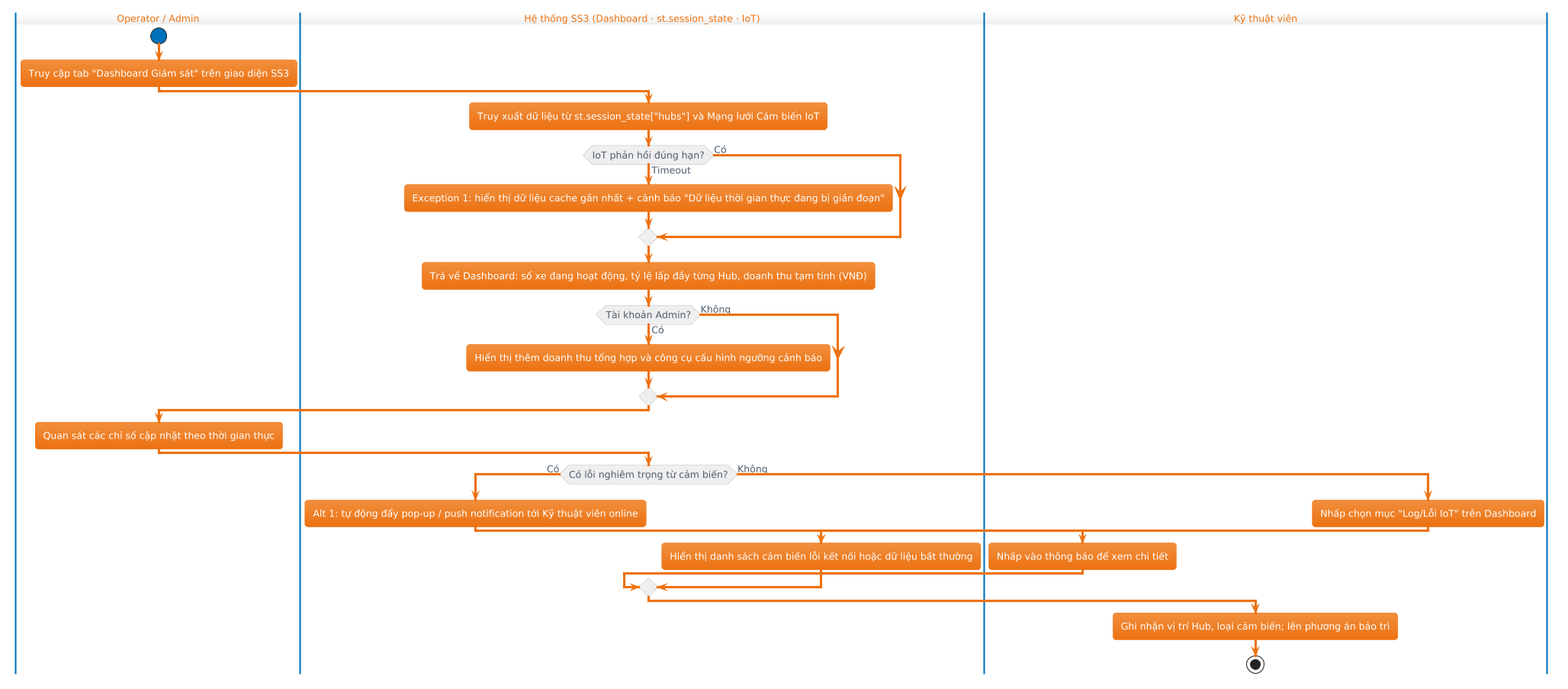
The PlantUML diagram docs/diagrams/Use-case detail-scenario/SS3/Activity diagrams/UC_SS3_01_PhamTienDat_activity.png in Dat-nguyen195/BTL_1_CNPM, before a commit. The source it was exported from:
```plantuml
@startuml
!theme aws-orange
|Operator / Admin|
start
:Truy cập tab "Dashboard Giám sát" trên giao diện SS3;

|Hệ thống SS3 (Dashboard · st.session_state · IoT)|
:Truy xuất dữ liệu từ st.session_state["hubs"] và Mạng lưới Cảm biến IoT;
if (IoT phản hồi đúng hạn?) then (Timeout)
    :Exception 1: hiển thị dữ liệu cache gần nhất + cảnh báo "Dữ liệu thời gian thực đang bị gián đoạn";
else (Có)
endif
:Trả về Dashboard: số xe đang hoạt động, tỷ lệ lấp đầy từng Hub, doanh thu tạm tính (VNĐ);

if (Tài khoản Admin?) then (Có)
    :Hiển thị thêm doanh thu tổng hợp và công cụ cấu hình ngưỡng cảnh báo;
else (Không)
endif

|Operator / Admin|
:Quan sát các chỉ số cập nhật theo thời gian thực;

|Hệ thống SS3 (Dashboard · st.session_state · IoT)|
if (Có lỗi nghiêm trọng từ cảm biến?) then (Có)
    :Alt 1: tự động đẩy pop-up / push notification tới Kỹ thuật viên online;
    |Kỹ thuật viên|
    :Nhấp vào thông báo để xem chi tiết;
else (Không)
    |Kỹ thuật viên|
    :Nhấp chọn mục "Log/Lỗi IoT" trên Dashboard;
    |Hệ thống SS3 (Dashboard · st.session_state · IoT)|
    :Hiển thị danh sách cảm biến lỗi kết nối hoặc dữ liệu bất thường;
endif

|Kỹ thuật viên|
:Ghi nhận vị trí Hub, loại cảm biến; lên phương án bảo trì;
stop
@enduml
```
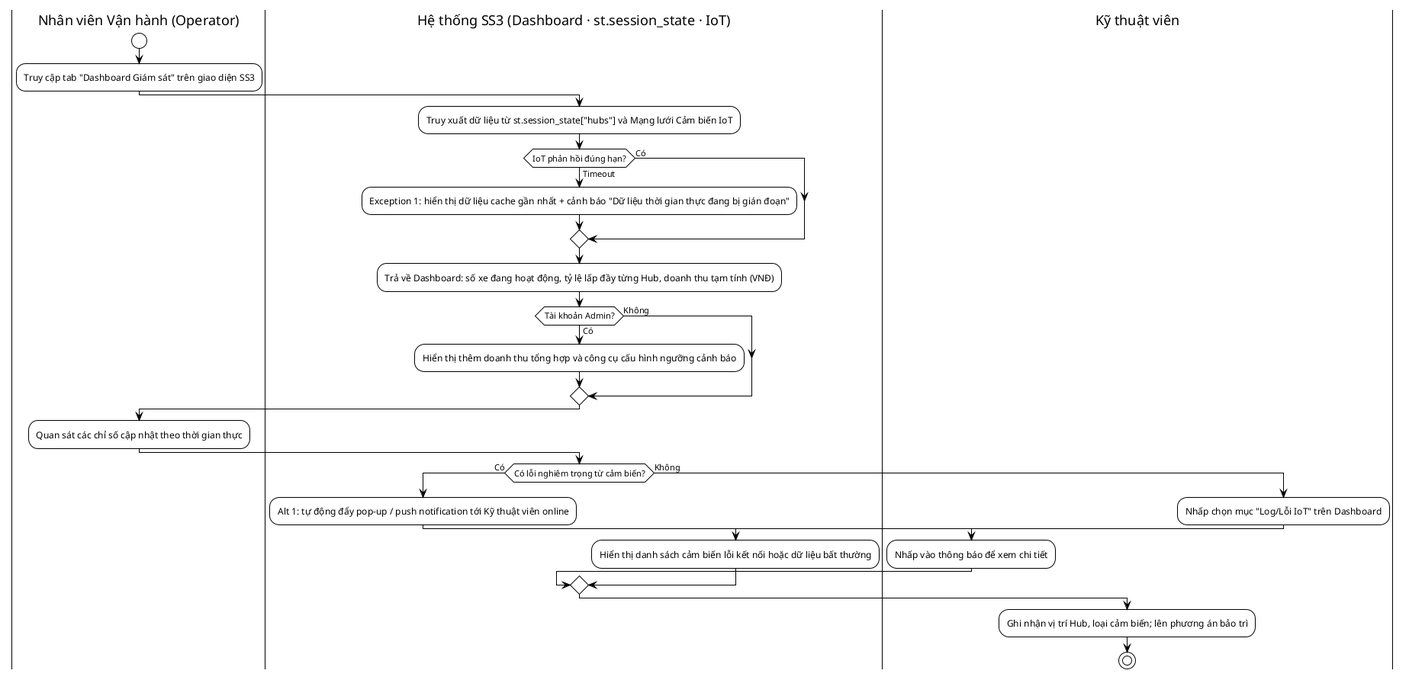
The same file after the commit.

What changed in the source:
```diff
@@ -1,6 +1,7 @@
 @startuml
-!theme aws-orange
-|Operator / Admin|
+!pragma layout smetana
+!theme plain
+|Nhân viên Vận hành (Operator)|
 start
 :Truy cập tab "Dashboard Giám sát" trên giao diện SS3;
 
@@ -17,7 +18,7 @@
 else (Không)
 endif
 
-|Operator / Admin|
+|Nhân viên Vận hành (Operator)|
 :Quan sát các chỉ số cập nhật theo thời gian thực;
 
 |Hệ thống SS3 (Dashboard · st.session_state · IoT)|
```
